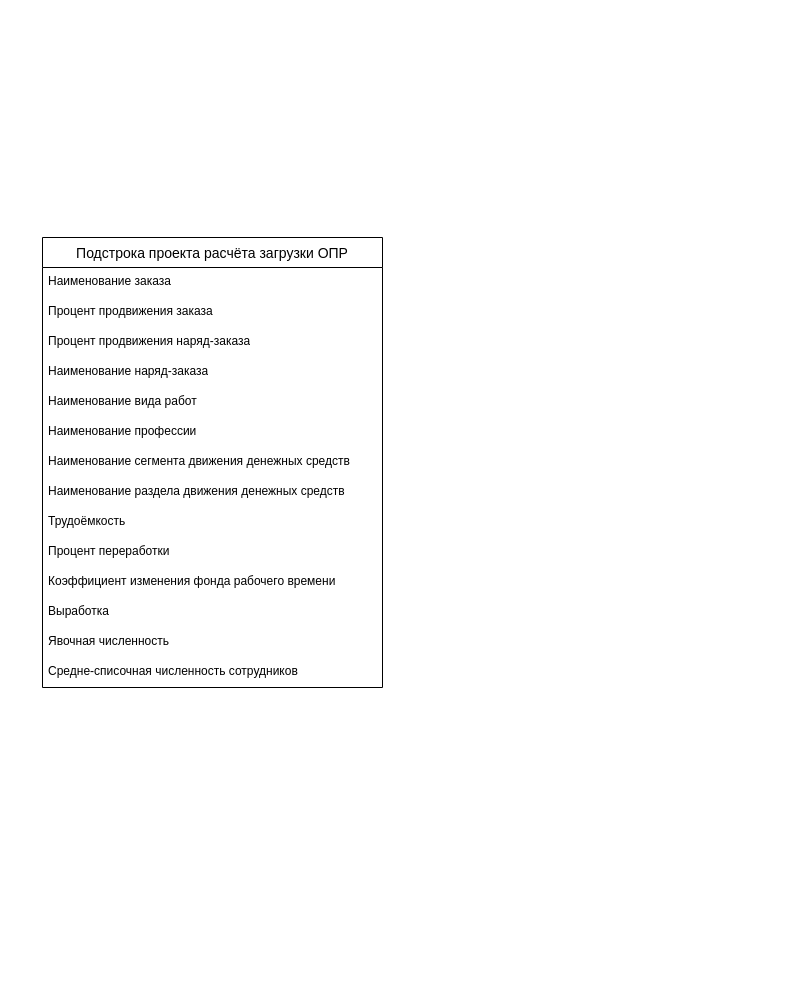
Above: Логическая модель базы данных.drawio in VladZainullin/Diploma (draw.io), before the change. Source tidied: cells renumbered, new cells numbered last; positions are measured from the earlier drawing's top-left corner, leaving out a move shared by most shapes. Both pictures are drawn from the tidied source at 100%, with x=0, y=0 at pixel (42, 237).
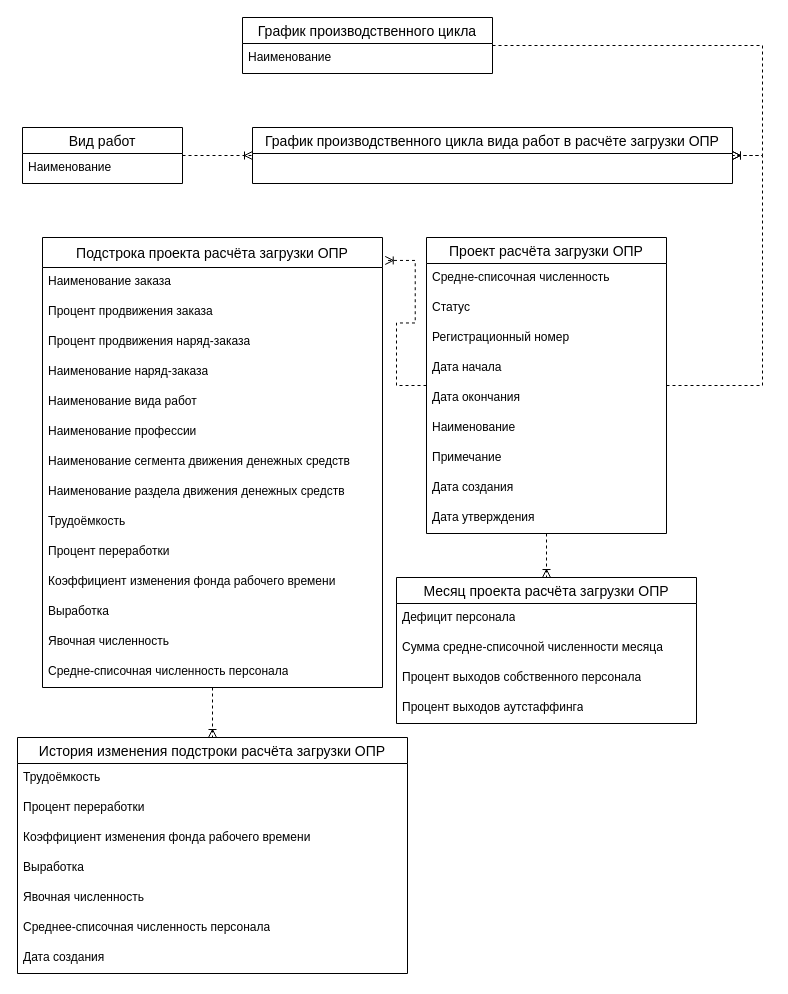
The same page after the edit.

Unchanged cells that the change refers to:
```xml
<mxCell id="2" value="Подстрока проекта расчёта загрузки ОПР" style="swimlane;fontStyle=0;horizontal=1;startSize=30;align=center;fontSize=14;" parent="1" vertex="1">
  <mxGeometry width="340" height="450" as="geometry" />
</mxCell>
```

What changed in the source:
```diff
@@
+    <mxCell id="17" style="edgeStyle=orthogonalEdgeStyle;rounded=0;jettySize=auto;html=1;dashed=1;endArrow=ERoneToMany;endFill=0;" parent="1" edge="1" source="2" target="35">
+      <mxGeometry relative="1" as="geometry" />
+    </mxCell>
@@
-    <mxCell id="16" value="Средне-списочная численность сотрудников" style="text;strokeColor=none;fillColor=none;spacingLeft=4;spacingRight=4;overflow=hidden;fontSize=12;whiteSpace=wrap;html=1;" parent="2" vertex="1">
+    <mxCell id="16" value="Средне-списочная численность персонала" style="text;strokeColor=none;fillColor=none;spacingLeft=4;spacingRight=4;overflow=hidden;fontSize=12;whiteSpace=wrap;html=1;" parent="2" vertex="1">
       <mxGeometry y="420" width="340" height="30" as="geometry" />
     </mxCell>
+    <mxCell id="18" style="edgeStyle=orthogonalEdgeStyle;rounded=0;jettySize=auto;html=1;endArrow=ERoneToMany;endFill=0;dashed=1;" parent="1" edge="1" source="19" target="30">
+      <mxGeometry relative="1" as="geometry" />
+    </mxCell>
+    <mxCell id="19" value="Проект расчёта загрузки ОПР" style="swimlane;fontStyle=0;horizontal=1;startSize=26;align=center;fontSize=14;" parent="1" vertex="1">
+      <mxGeometry x="384" width="240" height="296" as="geometry" />
+    </mxCell>
+    <mxCell id="20" value="Средне-списочная численность" style="text;strokeColor=none;fillColor=none;spacingLeft=4;spacingRight=4;overflow=hidden;fontSize=12;whiteSpace=wrap;html=1;" parent="19" vertex="1">
+      <mxGeometry y="26" width="240" height="30" as="geometry" />
+    </mxCell>
+    <mxCell id="21" value="Статус" style="text;strokeColor=none;fillColor=none;spacingLeft=4;spacingRight=4;overflow=hidden;fontSize=12;whiteSpace=wrap;html=1;" parent="19" vertex="1">
+      <mxGeometry y="56" width="240" height="30" as="geometry" />
+    </mxCell>
+    <mxCell id="22" value="Регистрационный номер" style="text;strokeColor=none;fillColor=none;spacingLeft=4;spacingRight=4;overflow=hidden;fontSize=12;whiteSpace=wrap;html=1;" parent="19" vertex="1">
+      <mxGeometry y="86" width="240" height="30" as="geometry" />
+    </mxCell>
+    <mxCell id="23" value="Дата начала" style="text;strokeColor=none;fillColor=none;spacingLeft=4;spacingRight=4;overflow=hidden;fontSize=12;whiteSpace=wrap;html=1;" parent="19" vertex="1">
+      <mxGeometry y="116" width="240" height="30" as="geometry" />
+    </mxCell>
+    <mxCell id="24" value="Дата окончания" style="text;strokeColor=none;fillColor=none;spacingLeft=4;spacingRight=4;overflow=hidden;fontSize=12;whiteSpace=wrap;html=1;" parent="19" vertex="1">
+      <mxGeometry y="146" width="240" height="30" as="geometry" />
+    </mxCell>
+    <mxCell id="25" value="Наименование" style="text;strokeColor=none;fillColor=none;spacingLeft=4;spacingRight=4;overflow=hidden;fontSize=12;whiteSpace=wrap;html=1;" parent="19" vertex="1">
+      <mxGeometry y="176" width="240" height="30" as="geometry" />
+    </mxCell>
+    <mxCell id="26" value="Примечание" style="text;strokeColor=none;fillColor=none;spacingLeft=4;spacingRight=4;overflow=hidden;fontSize=12;whiteSpace=wrap;html=1;" parent="19" vertex="1">
+      <mxGeometry y="206" width="240" height="30" as="geometry" />
+    </mxCell>
+    <mxCell id="27" value="Дата создания" style="text;strokeColor=none;fillColor=none;spacingLeft=4;spacingRight=4;overflow=hidden;fontSize=12;whiteSpace=wrap;html=1;" parent="19" vertex="1">
+      <mxGeometry y="236" width="240" height="30" as="geometry" />
+    </mxCell>
+    <mxCell id="28" value="Дата утверждения" style="text;strokeColor=none;fillColor=none;spacingLeft=4;spacingRight=4;overflow=hidden;fontSize=12;whiteSpace=wrap;html=1;" parent="19" vertex="1">
+      <mxGeometry y="266" width="240" height="30" as="geometry" />
+    </mxCell>
+    <mxCell id="29" style="edgeStyle=entityRelationEdgeStyle;fontSize=12;html=1;endArrow=ERoneToMany;rounded=0;entryX=1.008;entryY=0.051;entryDx=0;entryDy=0;entryPerimeter=0;dashed=1;" parent="1" edge="1" source="19" target="2">
+      <mxGeometry relative="1" as="geometry" />
+    </mxCell>
+    <mxCell id="30" value="Месяц проекта расчёта загрузки ОПР" style="swimlane;fontStyle=0;horizontal=1;startSize=26;align=center;fontSize=14;" parent="1" vertex="1">
+      <mxGeometry x="354" y="340" width="300" height="146" as="geometry" />
+    </mxCell>
+    <mxCell id="31" value="Дефицит персонала" style="text;strokeColor=none;fillColor=none;spacingLeft=4;spacingRight=4;overflow=hidden;fontSize=12;whiteSpace=wrap;html=1;" parent="30" vertex="1">
+      <mxGeometry y="26" width="300" height="30" as="geometry" />
+    </mxCell>
+    <mxCell id="32" value="Сумма средне-списочной численности месяца" style="text;strokeColor=none;fillColor=none;spacingLeft=4;spacingRight=4;overflow=hidden;fontSize=12;whiteSpace=wrap;html=1;" parent="30" vertex="1">
+      <mxGeometry y="56" width="300" height="30" as="geometry" />
+    </mxCell>
+    <mxCell id="33" value="Процент выходов собственного персонала" style="text;strokeColor=none;fillColor=none;spacingLeft=4;spacingRight=4;overflow=hidden;fontSize=12;whiteSpace=wrap;html=1;" parent="30" vertex="1">
+      <mxGeometry y="86" width="300" height="30" as="geometry" />
+    </mxCell>
+    <mxCell id="34" value="Процент выходов аутстаффинга" style="text;strokeColor=none;fillColor=none;spacingLeft=4;spacingRight=4;overflow=hidden;fontSize=12;whiteSpace=wrap;html=1;" parent="30" vertex="1">
+      <mxGeometry y="116" width="300" height="30" as="geometry" />
+    </mxCell>
+    <mxCell id="35" value="История изменения подстроки расчёта загрузки ОПР" style="swimlane;fontStyle=0;horizontal=1;startSize=26;align=center;fontSize=14;" parent="1" vertex="1">
+      <mxGeometry x="-25" y="500" width="390" height="236" as="geometry" />
+    </mxCell>
+    <mxCell id="36" value="Трудоёмкость" style="text;strokeColor=none;fillColor=none;spacingLeft=4;spacingRight=4;overflow=hidden;fontSize=12;whiteSpace=wrap;html=1;" parent="35" vertex="1">
+      <mxGeometry y="26" width="390" height="30" as="geometry" />
+    </mxCell>
+    <mxCell id="37" value="Процент переработки" style="text;strokeColor=none;fillColor=none;spacingLeft=4;spacingRight=4;overflow=hidden;fontSize=12;whiteSpace=wrap;html=1;" parent="35" vertex="1">
+      <mxGeometry y="56" width="390" height="30" as="geometry" />
+    </mxCell>
+    <mxCell id="38" value="Коэффициент изменения фонда рабочего времени" style="text;strokeColor=none;fillColor=none;spacingLeft=4;spacingRight=4;overflow=hidden;fontSize=12;whiteSpace=wrap;html=1;" parent="35" vertex="1">
+      <mxGeometry y="86" width="390" height="30" as="geometry" />
+    </mxCell>
+    <mxCell id="39" value="Выработка" style="text;strokeColor=none;fillColor=none;spacingLeft=4;spacingRight=4;overflow=hidden;fontSize=12;whiteSpace=wrap;html=1;" parent="35" vertex="1">
+      <mxGeometry y="116" width="390" height="30" as="geometry" />
+    </mxCell>
+    <mxCell id="40" value="Явочная численность" style="text;strokeColor=none;fillColor=none;spacingLeft=4;spacingRight=4;overflow=hidden;fontSize=12;whiteSpace=wrap;html=1;" parent="35" vertex="1">
+      <mxGeometry y="146" width="390" height="30" as="geometry" />
+    </mxCell>
+    <mxCell id="41" value="Среднее-списочная численность персонала" style="text;strokeColor=none;fillColor=none;spacingLeft=4;spacingRight=4;overflow=hidden;fontSize=12;whiteSpace=wrap;html=1;" parent="35" vertex="1">
+      <mxGeometry y="176" width="390" height="30" as="geometry" />
+    </mxCell>
+    <mxCell id="42" value="Дата создания" style="text;strokeColor=none;fillColor=none;spacingLeft=4;spacingRight=4;overflow=hidden;fontSize=12;whiteSpace=wrap;html=1;" parent="35" vertex="1">
+      <mxGeometry y="206" width="390" height="30" as="geometry" />
+    </mxCell>
+    <mxCell id="43" value="График производственного цикла вида работ в расчёте загрузки ОПР" style="swimlane;fontStyle=0;horizontal=1;startSize=26;align=center;fontSize=14;" parent="1" vertex="1">
+      <mxGeometry x="210" y="-110" width="480" height="56" as="geometry" />
+    </mxCell>
+    <mxCell id="44" style="edgeStyle=entityRelationEdgeStyle;fontSize=12;html=1;endArrow=ERoneToMany;rounded=0;dashed=1;" parent="1" edge="1" source="19" target="43">
+      <mxGeometry relative="1" as="geometry" />
+    </mxCell>
+    <mxCell id="45" value="Вид работ" style="swimlane;fontStyle=0;horizontal=1;startSize=26;align=center;fontSize=14;" parent="1" vertex="1">
+      <mxGeometry x="-20" y="-110" width="160" height="56" as="geometry" />
+    </mxCell>
+    <mxCell id="46" value="Наименование" style="text;strokeColor=none;fillColor=none;spacingLeft=4;spacingRight=4;overflow=hidden;fontSize=12;whiteSpace=wrap;html=1;" parent="45" vertex="1">
+      <mxGeometry y="26" width="160" height="30" as="geometry" />
+    </mxCell>
+    <mxCell id="47" style="edgeStyle=entityRelationEdgeStyle;fontSize=12;html=1;endArrow=ERoneToMany;rounded=0;dashed=1;" parent="1" edge="1" source="45" target="43">
+      <mxGeometry relative="1" as="geometry" />
+    </mxCell>
+    <mxCell id="48" value="График производственного цикла" style="swimlane;fontStyle=0;horizontal=1;startSize=26;align=center;fontSize=14;" parent="1" vertex="1">
+      <mxGeometry x="200" y="-220" width="250" height="56" as="geometry" />
+    </mxCell>
+    <mxCell id="49" value="Наименование" style="text;strokeColor=none;fillColor=none;spacingLeft=4;spacingRight=4;overflow=hidden;fontSize=12;whiteSpace=wrap;html=1;" parent="48" vertex="1">
+      <mxGeometry y="26" width="250" height="30" as="geometry" />
+    </mxCell>
+    <mxCell id="50" style="edgeStyle=entityRelationEdgeStyle;fontSize=12;html=1;endArrow=ERoneToMany;rounded=0;dashed=1;" parent="1" edge="1" source="48" target="43">
+      <mxGeometry relative="1" as="geometry" />
+    </mxCell>
```
